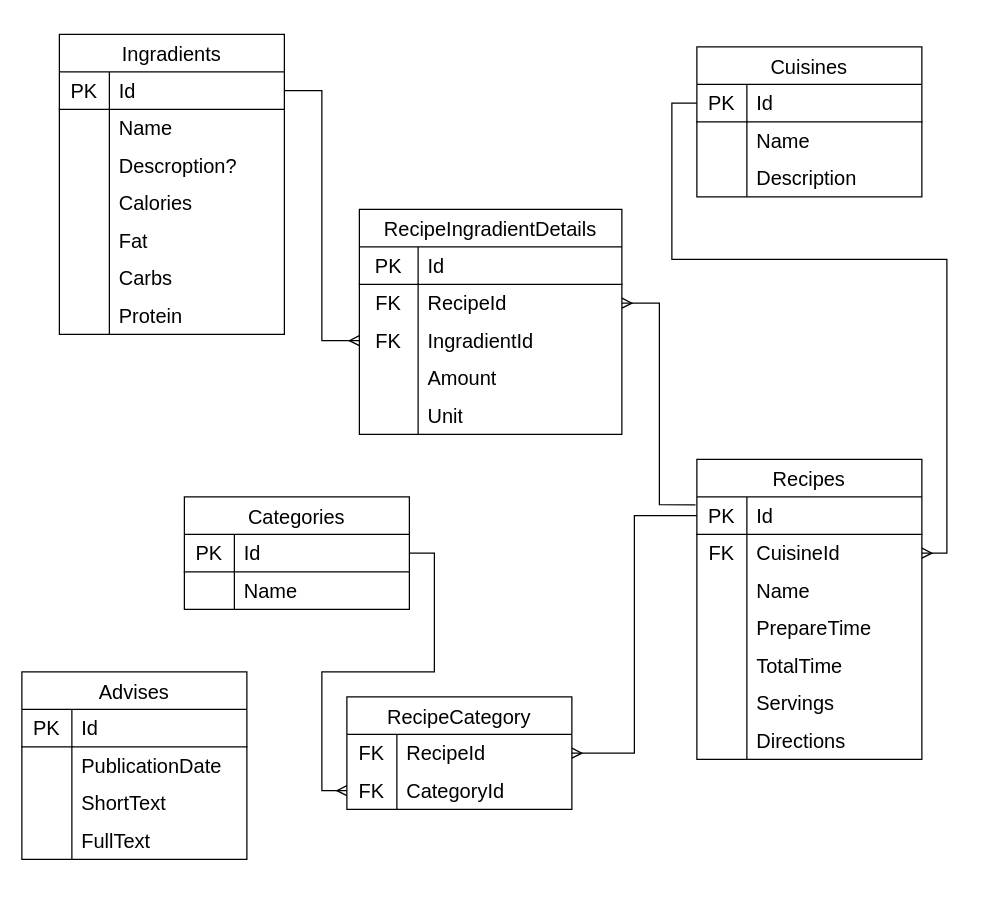
Above: img/db.drawio in yana-utochkina/couch-chef (draw.io), before the change. Source tidied: cells renumbered, new cells numbered last; positions are measured from the earlier drawing's top-left corner, leaving out a move shared by most shapes. Both pictures are drawn from the tidied source at 125%, with x=0, y=0 at pixel (21, 34).
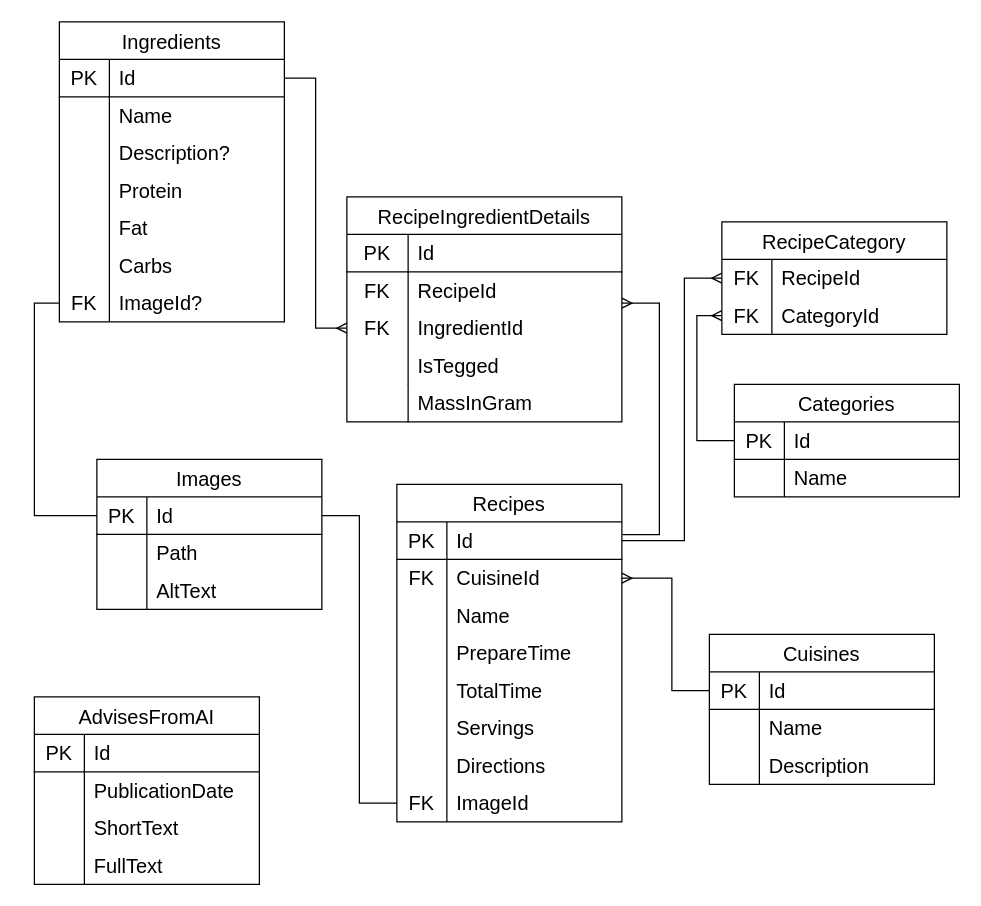
The same diagram, later.

The change refers to these unchanged cells:
```xml
<mxCell id="9" style="shape=tableRow;horizontal=0;startSize=0;swimlaneHead=0;swimlaneBody=0;top=0;left=0;bottom=0;right=0;fillColor=none;strokeColor=inherit;fontSize=16;" parent="2" vertex="1">
  <mxGeometry y="90" width="180" height="30" as="geometry" />
</mxCell>
<mxCell id="12" style="shape=tableRow;horizontal=0;startSize=0;swimlaneHead=0;swimlaneBody=0;top=0;left=0;bottom=0;right=0;fillColor=none;strokeColor=inherit;fontSize=16;" parent="2" vertex="1">
  <mxGeometry y="120" width="180" height="30" as="geometry" />
</mxCell>
<mxCell id="21" style="shape=tableRow;horizontal=0;startSize=0;swimlaneHead=0;swimlaneBody=0;top=0;left=0;bottom=0;right=0;fillColor=none;points=[[0,0.5],[1,0.5]];portConstraint=eastwest;strokeColor=inherit;fontSize=16;" parent="2" vertex="1">
  <mxGeometry y="210" width="180" height="30" as="geometry" />
</mxCell>
<mxCell id="32" style="shape=tableRow;horizontal=0;startSize=0;swimlaneHead=0;swimlaneBody=0;top=0;left=0;bottom=0;right=0;fillColor=none;points=[[0,0.5],[1,0.5]];portConstraint=eastwest;strokeColor=inherit;fontSize=16;" parent="31" vertex="1">
  <mxGeometry y="30" width="180" height="30" as="geometry" />
</mxCell>
<mxCell id="42" style="shape=tableRow;horizontal=0;startSize=0;swimlaneHead=0;swimlaneBody=0;top=0;left=0;bottom=0;right=0;fillColor=none;points=[[0,0.5],[1,0.5]];portConstraint=eastwest;strokeColor=inherit;fontSize=16;" parent="41" vertex="1">
  <mxGeometry y="30" width="180" height="30" as="geometry" />
</mxCell>
<mxCell id="45" style="shape=tableRow;horizontal=0;startSize=0;swimlaneHead=0;swimlaneBody=0;top=0;left=0;bottom=0;right=0;fillColor=none;points=[[0,0.5],[1,0.5]];portConstraint=eastwest;strokeColor=inherit;fontSize=16;" parent="41" vertex="1">
  <mxGeometry y="60" width="180" height="30" as="geometry" />
</mxCell>
<mxCell id="80" style="shape=tableRow;horizontal=0;startSize=0;swimlaneHead=0;swimlaneBody=0;top=0;left=0;bottom=0;right=0;fillColor=none;points=[[0,0.5],[1,0.5]];portConstraint=eastwest;strokeColor=inherit;fontSize=16;" parent="79" vertex="1">
  <mxGeometry y="30" width="180" height="30" as="geometry" />
</mxCell>
```

Diff of the diagram source:
```diff
@@
-    <mxCell id="2" value="Ingradients" style="shape=table;startSize=30;childLayout=tableLayout;rowLines=0;fontStyle=0;strokeColor=default;fontSize=16;" parent="1" vertex="1">
-      <mxGeometry x="30" width="180" height="240" as="geometry" />
+    <mxCell id="2" value="Ingredients" style="shape=table;startSize=30;childLayout=tableLayout;rowLines=0;fontStyle=0;strokeColor=default;fontSize=16;" parent="1" vertex="1">
+      <mxGeometry x="30" y="-10" width="180" height="240" as="geometry" />
     </mxCell>
@@
-    <mxCell id="11" value="Descroption?" style="shape=partialRectangle;html=1;whiteSpace=wrap;fillColor=none;top=0;left=0;bottom=0;right=0;align=left;spacingLeft=6;overflow=hidden;strokeColor=inherit;fontSize=16;" parent="9" vertex="1">
+    <mxCell id="11" value="Description?" style="shape=partialRectangle;html=1;whiteSpace=wrap;fillColor=none;top=0;left=0;bottom=0;right=0;align=left;spacingLeft=6;overflow=hidden;strokeColor=inherit;fontSize=16;" parent="9" vertex="1">
       <mxGeometry x="40" width="140" height="30" as="geometry" />
     </mxCell>
@@
-    <mxCell id="14" value="Calories" style="shape=partialRectangle;html=1;whiteSpace=wrap;fillColor=none;top=0;left=0;bottom=0;right=0;align=left;spacingLeft=6;overflow=hidden;strokeColor=inherit;fontSize=16;" parent="12" vertex="1">
+    <mxCell id="14" style="shape=partialRectangle;html=1;whiteSpace=wrap;fillColor=none;top=0;left=0;bottom=0;right=0;align=left;spacingLeft=6;overflow=hidden;strokeColor=inherit;fontSize=16;" parent="12" vertex="1">
       <mxGeometry x="40" width="140" height="30" as="geometry" />
     </mxCell>
@@
-    <mxCell id="22" style="shape=partialRectangle;html=1;whiteSpace=wrap;fillColor=none;top=0;left=0;bottom=0;right=0;overflow=hidden;strokeColor=inherit;fontSize=16;" parent="21" vertex="1">
-      <mxGeometry width="40" height="30" as="geometry" />
-    </mxCell>
-    <mxCell id="23" value="Protein" style="shape=partialRectangle;html=1;whiteSpace=wrap;fillColor=none;top=0;left=0;bottom=0;right=0;align=left;spacingLeft=6;overflow=hidden;strokeColor=inherit;fontSize=16;" parent="21" vertex="1">
-      <mxGeometry x="40" width="140" height="30" as="geometry" />
-    </mxCell>
+    <mxCell id="104" value="FK" style="shape=partialRectangle;html=1;whiteSpace=wrap;fillColor=none;top=0;left=0;bottom=0;right=0;overflow=hidden;strokeColor=inherit;fontSize=16;" parent="21" vertex="1">
+      <mxGeometry width="40" height="30" as="geometry" />
+    </mxCell>
+    <mxCell id="105" value="ImageId?" style="shape=partialRectangle;html=1;whiteSpace=wrap;fillColor=none;top=0;left=0;bottom=0;right=0;align=left;spacingLeft=6;overflow=hidden;strokeColor=inherit;fontSize=16;" parent="21" vertex="1">
+      <mxGeometry x="40" width="140" height="30" as="geometry" />
+    </mxCell>
     <mxCell id="24" value="Categories" style="shape=table;startSize=30;childLayout=tableLayout;rowLines=0;fontStyle=0;strokeColor=default;fontSize=16;" parent="1" vertex="1">
-      <mxGeometry x="130" y="370" width="180" height="90" as="geometry" />
+      <mxGeometry x="570" y="280" width="180" height="90" as="geometry" />
     </mxCell>
@@
     <mxCell id="31" value="Cuisines" style="shape=table;startSize=30;childLayout=tableLayout;rowLines=0;fontStyle=0;strokeColor=default;fontSize=16;" parent="1" vertex="1">
-      <mxGeometry x="540" y="10" width="180" height="120" as="geometry" />
+      <mxGeometry x="550" y="480" width="180" height="120" as="geometry" />
     </mxCell>
@@
     <mxCell id="41" value="Recipes" style="shape=table;startSize=30;childLayout=tableLayout;rowLines=0;fontStyle=0;strokeColor=default;fontSize=16;" parent="1" vertex="1">
-      <mxGeometry x="540" y="340" width="180" height="240" as="geometry" />
+      <mxGeometry x="300" y="360" width="180" height="270" as="geometry" />
     </mxCell>
@@
+    <mxCell id="106" style="shape=tableRow;horizontal=0;startSize=0;swimlaneHead=0;swimlaneBody=0;top=0;left=0;bottom=0;right=0;fillColor=none;points=[[0,0.5],[1,0.5]];portConstraint=eastwest;strokeColor=inherit;fontSize=16;" parent="41" vertex="1">
+      <mxGeometry y="240" width="180" height="30" as="geometry" />
+    </mxCell>
+    <mxCell id="107" value="FK" style="shape=partialRectangle;html=1;whiteSpace=wrap;fillColor=none;top=0;left=0;bottom=0;right=0;overflow=hidden;strokeColor=inherit;fontSize=16;" parent="106" vertex="1">
+      <mxGeometry width="40" height="30" as="geometry" />
+    </mxCell>
+    <mxCell id="108" value="ImageId" style="shape=partialRectangle;html=1;whiteSpace=wrap;fillColor=none;top=0;left=0;bottom=0;right=0;align=left;spacingLeft=6;overflow=hidden;strokeColor=inherit;fontSize=16;" parent="106" vertex="1">
+      <mxGeometry x="40" width="140" height="30" as="geometry" />
+    </mxCell>
-    <mxCell id="63" value="RecipeIngradientDetails" style="shape=table;startSize=30;childLayout=tableLayout;rowLines=0;fontStyle=0;strokeColor=default;fontSize=16;" parent="1" vertex="1">
-      <mxGeometry x="270" y="140" width="210" height="180" as="geometry" />
+    <mxCell id="63" value="RecipeIngredientDetails" style="shape=table;startSize=30;childLayout=tableLayout;rowLines=0;fontStyle=0;strokeColor=default;fontSize=16;" parent="1" vertex="1">
+      <mxGeometry x="260" y="130" width="220" height="180" as="geometry" />
     </mxCell>
     <mxCell id="64" style="shape=tableRow;horizontal=0;startSize=0;swimlaneHead=0;swimlaneBody=0;top=0;left=0;bottom=0;right=0;fillColor=none;strokeColor=inherit;fontSize=16;" parent="63" vertex="1">
-      <mxGeometry y="30" width="210" height="30" as="geometry" />
+      <mxGeometry y="30" width="220" height="30" as="geometry" />
     </mxCell>
     <mxCell id="65" value="PK" style="shape=partialRectangle;html=1;whiteSpace=wrap;fillColor=none;top=0;left=0;bottom=1;right=0;overflow=hidden;strokeColor=inherit;fontSize=16;" parent="64" vertex="1">
-      <mxGeometry width="47" height="30" as="geometry" />
+      <mxGeometry width="49" height="30" as="geometry" />
     </mxCell>
     <mxCell id="66" value="Id" style="shape=partialRectangle;html=1;whiteSpace=wrap;fillColor=none;top=0;left=0;bottom=1;right=0;align=left;spacingLeft=6;overflow=hidden;strokeColor=inherit;fontSize=16;" parent="64" vertex="1">
-      <mxGeometry x="47" width="163" height="30" as="geometry" />
+      <mxGeometry x="49" width="171" height="30" as="geometry" />
     </mxCell>
     <mxCell id="67" style="shape=tableRow;horizontal=0;startSize=0;swimlaneHead=0;swimlaneBody=0;top=0;left=0;bottom=0;right=0;fillColor=none;points=[[0,0.5],[1,0.5]];portConstraint=eastwest;strokeColor=inherit;fontSize=16;" parent="63" vertex="1">
-      <mxGeometry y="60" width="210" height="30" as="geometry" />
+      <mxGeometry y="60" width="220" height="30" as="geometry" />
     </mxCell>
     <mxCell id="68" value="FK" style="shape=partialRectangle;html=1;whiteSpace=wrap;fillColor=none;top=0;left=0;bottom=0;right=0;overflow=hidden;strokeColor=inherit;fontSize=16;" parent="67" vertex="1">
-      <mxGeometry width="47" height="30" as="geometry" />
+      <mxGeometry width="49" height="30" as="geometry" />
     </mxCell>
     <mxCell id="69" value="RecipeId" style="shape=partialRectangle;html=1;whiteSpace=wrap;fillColor=none;top=0;left=0;bottom=0;right=0;align=left;spacingLeft=6;overflow=hidden;strokeColor=inherit;fontSize=16;" parent="67" vertex="1">
-      <mxGeometry x="47" width="163" height="30" as="geometry" />
+      <mxGeometry x="49" width="171" height="30" as="geometry" />
     </mxCell>
     <mxCell id="70" style="shape=tableRow;horizontal=0;startSize=0;swimlaneHead=0;swimlaneBody=0;top=0;left=0;bottom=0;right=0;fillColor=none;points=[[0,0.5],[1,0.5]];portConstraint=eastwest;strokeColor=inherit;fontSize=16;" parent="63" vertex="1">
-      <mxGeometry y="90" width="210" height="30" as="geometry" />
+      <mxGeometry y="90" width="220" height="30" as="geometry" />
     </mxCell>
     <mxCell id="71" value="FK" style="shape=partialRectangle;html=1;whiteSpace=wrap;fillColor=none;top=0;left=0;bottom=0;right=0;overflow=hidden;strokeColor=inherit;fontSize=16;" parent="70" vertex="1">
-      <mxGeometry width="47" height="30" as="geometry" />
+      <mxGeometry width="49" height="30" as="geometry" />
     </mxCell>
-    <mxCell id="72" value="IngradientId" style="shape=partialRectangle;html=1;whiteSpace=wrap;fillColor=none;top=0;left=0;bottom=0;right=0;align=left;spacingLeft=6;overflow=hidden;strokeColor=inherit;fontSize=16;" parent="70" vertex="1">
-      <mxGeometry x="47" width="163" height="30" as="geometry" />
+    <mxCell id="72" value="IngredientId" style="shape=partialRectangle;html=1;whiteSpace=wrap;fillColor=none;top=0;left=0;bottom=0;right=0;align=left;spacingLeft=6;overflow=hidden;strokeColor=inherit;fontSize=16;" parent="70" vertex="1">
+      <mxGeometry x="49" width="171" height="30" as="geometry" />
     </mxCell>
-    <mxCell id="73" style="shape=tableRow;horizontal=0;startSize=0;swimlaneHead=0;swimlaneBody=0;top=0;left=0;bottom=0;right=0;fillColor=none;strokeColor=inherit;fontSize=16;" parent="63" vertex="1">
-      <mxGeometry y="120" width="210" height="30" as="geometry" />
-    </mxCell>
-    <mxCell id="74" style="shape=partialRectangle;html=1;whiteSpace=wrap;fillColor=none;top=0;left=0;bottom=0;right=0;overflow=hidden;strokeColor=inherit;fontSize=16;" parent="73" vertex="1">
-      <mxGeometry width="47" height="30" as="geometry" />
-    </mxCell>
-    <mxCell id="75" value="Amount" style="shape=partialRectangle;html=1;whiteSpace=wrap;fillColor=none;top=0;left=0;bottom=0;right=0;align=left;spacingLeft=6;overflow=hidden;strokeColor=inherit;fontSize=16;" parent="73" vertex="1">
-      <mxGeometry x="47" width="163" height="30" as="geometry" />
-    </mxCell>
-    <mxCell id="76" style="shape=tableRow;horizontal=0;startSize=0;swimlaneHead=0;swimlaneBody=0;top=0;left=0;bottom=0;right=0;fillColor=none;strokeColor=inherit;fontSize=16;" parent="63" vertex="1">
-      <mxGeometry y="150" width="210" height="30" as="geometry" />
-    </mxCell>
-    <mxCell id="77" style="shape=partialRectangle;html=1;whiteSpace=wrap;fillColor=none;top=0;left=0;bottom=0;right=0;overflow=hidden;strokeColor=inherit;fontSize=16;" parent="76" vertex="1">
-      <mxGeometry width="47" height="30" as="geometry" />
-    </mxCell>
-    <mxCell id="78" value="Unit" style="shape=partialRectangle;html=1;whiteSpace=wrap;fillColor=none;top=0;left=0;bottom=0;right=0;align=left;spacingLeft=6;overflow=hidden;strokeColor=inherit;fontSize=16;" parent="76" vertex="1">
-      <mxGeometry x="47" width="163" height="30" as="geometry" />
-    </mxCell>
+    <mxCell id="109" style="shape=tableRow;horizontal=0;startSize=0;swimlaneHead=0;swimlaneBody=0;top=0;left=0;bottom=0;right=0;fillColor=none;strokeColor=inherit;fontSize=16;" parent="63" vertex="1">
+      <mxGeometry y="120" width="220" height="30" as="geometry" />
+    </mxCell>
+    <mxCell id="110" style="shape=partialRectangle;html=1;whiteSpace=wrap;fillColor=none;top=0;left=0;bottom=0;right=0;overflow=hidden;strokeColor=inherit;fontSize=16;" parent="109" vertex="1">
+      <mxGeometry width="49" height="30" as="geometry" />
+    </mxCell>
+    <mxCell id="111" value="IsTegged" style="shape=partialRectangle;html=1;whiteSpace=wrap;fillColor=none;top=0;left=0;bottom=0;right=0;align=left;spacingLeft=6;overflow=hidden;strokeColor=inherit;fontSize=16;" parent="109" vertex="1">
+      <mxGeometry x="49" width="171" height="30" as="geometry" />
+    </mxCell>
     <mxCell id="79" value="RecipeCategory" style="shape=table;startSize=30;childLayout=tableLayout;rowLines=0;fontStyle=0;strokeColor=default;fontSize=16;" parent="1" vertex="1">
-      <mxGeometry x="260" y="530" width="180" height="90" as="geometry" />
+      <mxGeometry x="560" y="150" width="180" height="90" as="geometry" />
     </mxCell>
@@
-    <mxCell id="86" value="Advises" style="shape=table;startSize=30;childLayout=tableLayout;rowLines=0;fontStyle=0;strokeColor=default;fontSize=16;" parent="1" vertex="1">
-      <mxGeometry y="510" width="180" height="150" as="geometry" />
+    <mxCell id="86" value="AdvisesFromAI" style="shape=table;startSize=30;childLayout=tableLayout;rowLines=0;fontStyle=0;strokeColor=default;fontSize=16;" parent="1" vertex="1">
+      <mxGeometry x="10" y="530" width="180" height="150" as="geometry" />
     </mxCell>
@@
-    <mxCell id="100" style="edgeStyle=orthogonalEdgeStyle;rounded=0;jettySize=auto;html=1;entryX=0;entryY=0.5;entryDx=0;entryDy=0;startArrow=ERmany;startFill=0;endArrow=none;" parent="1" edge="1" source="80" target="42">
-      <mxGeometry relative="1" as="geometry" />
+    <mxCell id="100" style="edgeStyle=orthogonalEdgeStyle;rounded=0;jettySize=auto;html=1;entryX=1;entryY=0.5;entryDx=0;entryDy=0;startArrow=ERmany;startFill=0;endArrow=none;exitX=0;exitY=0.5;exitDx=0;exitDy=0;" parent="1" edge="1" source="80" target="42">
+      <mxGeometry relative="1" as="geometry">
+        <Array as="points">
+          <mxPoint x="530" y="195" />
+          <mxPoint x="530" y="405" />
+        </Array>
+      </mxGeometry>
     </mxCell>
-    <mxCell id="101" style="edgeStyle=orthogonalEdgeStyle;rounded=0;jettySize=auto;html=1;entryX=-0.006;entryY=0.211;entryDx=0;entryDy=0;entryPerimeter=0;endArrow=none;startFill=0;startArrow=ERmany;" parent="1" edge="1" source="67" target="42">
-      <mxGeometry relative="1" as="geometry" />
+    <mxCell id="101" style="edgeStyle=orthogonalEdgeStyle;rounded=0;jettySize=auto;html=1;entryX=1.003;entryY=0.341;entryDx=0;entryDy=0;entryPerimeter=0;endArrow=none;startFill=0;startArrow=ERmany;" parent="1" edge="1" source="67" target="42">
+      <mxGeometry relative="1" as="geometry">
+        <Array as="points">
+          <mxPoint x="510" y="215" />
+          <mxPoint x="510" y="400" />
+          <mxPoint x="481" y="400" />
+        </Array>
+      </mxGeometry>
     </mxCell>
@@
-    <mxCell id="103" style="edgeStyle=orthogonalEdgeStyle;rounded=0;jettySize=auto;html=1;entryX=1;entryY=0.5;entryDx=0;entryDy=0;endArrow=ERmany;endFill=0;" parent="1" edge="1" source="32" target="45">
+    <mxCell id="103" style="edgeStyle=orthogonalEdgeStyle;rounded=0;jettySize=auto;html=1;endArrow=ERmany;endFill=0;exitX=0;exitY=0.5;exitDx=0;exitDy=0;entryX=1;entryY=0.5;entryDx=0;entryDy=0;" parent="1" edge="1" source="32" target="45">
       <mxGeometry relative="1" as="geometry">
         <Array as="points">
-          <mxPoint x="520" y="55" />
-          <mxPoint x="520" y="180" />
-          <mxPoint x="740" y="180" />
-          <mxPoint x="740" y="415" />
+          <mxPoint x="520" y="525" />
+          <mxPoint x="520" y="435" />
         </Array>
       </mxGeometry>
     </mxCell>
+    <mxCell id="23" value="Protein" style="shape=partialRectangle;html=1;whiteSpace=wrap;fillColor=none;top=0;left=0;bottom=0;right=0;align=left;spacingLeft=6;overflow=hidden;strokeColor=inherit;fontSize=16;" parent="1" vertex="1">
+      <mxGeometry x="70" y="110" width="140" height="30" as="geometry" />
+    </mxCell>
+    <mxCell id="112" style="shape=tableRow;horizontal=0;startSize=0;swimlaneHead=0;swimlaneBody=0;top=0;left=0;bottom=0;right=0;fillColor=none;strokeColor=inherit;fontSize=16;" parent="1" vertex="1">
+      <mxGeometry x="260" y="260" width="220" height="30" as="geometry" />
+    </mxCell>
+    <mxCell id="113" value="Images" style="shape=table;startSize=30;childLayout=tableLayout;rowLines=0;fontStyle=0;strokeColor=default;fontSize=16;" parent="1" vertex="1">
+      <mxGeometry x="60" y="340" width="180" height="120" as="geometry" />
+    </mxCell>
+    <mxCell id="114" style="shape=tableRow;horizontal=0;startSize=0;swimlaneHead=0;swimlaneBody=0;top=0;left=0;bottom=0;right=0;fillColor=none;points=[[0,0.5],[1,0.5]];portConstraint=eastwest;strokeColor=inherit;fontSize=16;" parent="113" vertex="1">
+      <mxGeometry y="30" width="180" height="30" as="geometry" />
+    </mxCell>
+    <mxCell id="115" value="PK" style="shape=partialRectangle;html=1;whiteSpace=wrap;fillColor=none;top=0;left=0;bottom=1;right=0;overflow=hidden;strokeColor=inherit;fontSize=16;" parent="114" vertex="1">
+      <mxGeometry width="40" height="30" as="geometry" />
+    </mxCell>
+    <mxCell id="116" value="Id" style="shape=partialRectangle;html=1;whiteSpace=wrap;fillColor=none;top=0;left=0;bottom=1;right=0;align=left;spacingLeft=6;overflow=hidden;strokeColor=inherit;fontSize=16;" parent="114" vertex="1">
+      <mxGeometry x="40" width="140" height="30" as="geometry" />
+    </mxCell>
+    <mxCell id="117" style="shape=tableRow;horizontal=0;startSize=0;swimlaneHead=0;swimlaneBody=0;top=0;left=0;bottom=0;right=0;fillColor=none;strokeColor=inherit;fontSize=16;" parent="113" vertex="1">
+      <mxGeometry y="60" width="180" height="30" as="geometry" />
+    </mxCell>
+    <mxCell id="118" style="shape=partialRectangle;html=1;whiteSpace=wrap;fillColor=none;top=0;left=0;bottom=0;right=0;overflow=hidden;strokeColor=inherit;fontSize=16;" parent="117" vertex="1">
+      <mxGeometry width="40" height="30" as="geometry" />
+    </mxCell>
+    <mxCell id="119" value="Path" style="shape=partialRectangle;html=1;whiteSpace=wrap;fillColor=none;top=0;left=0;bottom=0;right=0;align=left;spacingLeft=6;overflow=hidden;strokeColor=inherit;fontSize=16;" parent="117" vertex="1">
+      <mxGeometry x="40" width="140" height="30" as="geometry" />
+    </mxCell>
+    <mxCell id="120" style="shape=tableRow;horizontal=0;startSize=0;swimlaneHead=0;swimlaneBody=0;top=0;left=0;bottom=0;right=0;fillColor=none;strokeColor=inherit;fontSize=16;" parent="113" vertex="1">
+      <mxGeometry y="90" width="180" height="30" as="geometry" />
+    </mxCell>
+    <mxCell id="121" style="shape=partialRectangle;html=1;whiteSpace=wrap;fillColor=none;top=0;left=0;bottom=0;right=0;overflow=hidden;strokeColor=inherit;fontSize=16;" parent="120" vertex="1">
+      <mxGeometry width="40" height="30" as="geometry" />
+    </mxCell>
+    <mxCell id="122" value="AltText" style="shape=partialRectangle;html=1;whiteSpace=wrap;fillColor=none;top=0;left=0;bottom=0;right=0;align=left;spacingLeft=6;overflow=hidden;strokeColor=inherit;fontSize=16;" parent="120" vertex="1">
+      <mxGeometry x="40" width="140" height="30" as="geometry" />
+    </mxCell>
+    <mxCell id="123" style="edgeStyle=orthogonalEdgeStyle;rounded=0;jettySize=auto;html=1;entryX=0;entryY=0.5;entryDx=0;entryDy=0;endArrow=none;startFill=0;" parent="1" edge="1" source="21" target="114">
+      <mxGeometry relative="1" as="geometry">
+        <Array as="points">
+          <mxPoint x="10" y="215" />
+          <mxPoint x="10" y="385" />
+        </Array>
+      </mxGeometry>
+    </mxCell>
+    <mxCell id="124" style="edgeStyle=orthogonalEdgeStyle;rounded=0;jettySize=auto;html=1;entryX=1;entryY=0.5;entryDx=0;entryDy=0;endArrow=none;startFill=0;" parent="1" edge="1" source="106" target="114">
+      <mxGeometry relative="1" as="geometry" />
+    </mxCell>
+    <mxCell id="125" value="MassInGram" style="shape=partialRectangle;html=1;whiteSpace=wrap;fillColor=none;top=0;left=0;bottom=0;right=0;align=left;spacingLeft=6;overflow=hidden;strokeColor=inherit;fontSize=16;" parent="1" vertex="1">
+      <mxGeometry x="309" y="280" width="171" height="30" as="geometry" />
+    </mxCell>
+    <mxCell id="126" style="shape=partialRectangle;html=1;whiteSpace=wrap;fillColor=none;top=0;left=0;bottom=0;right=1;overflow=hidden;strokeColor=inherit;fontSize=16;" parent="1" vertex="1">
+      <mxGeometry x="260" y="280" width="49" height="30" as="geometry" />
+    </mxCell>
```
